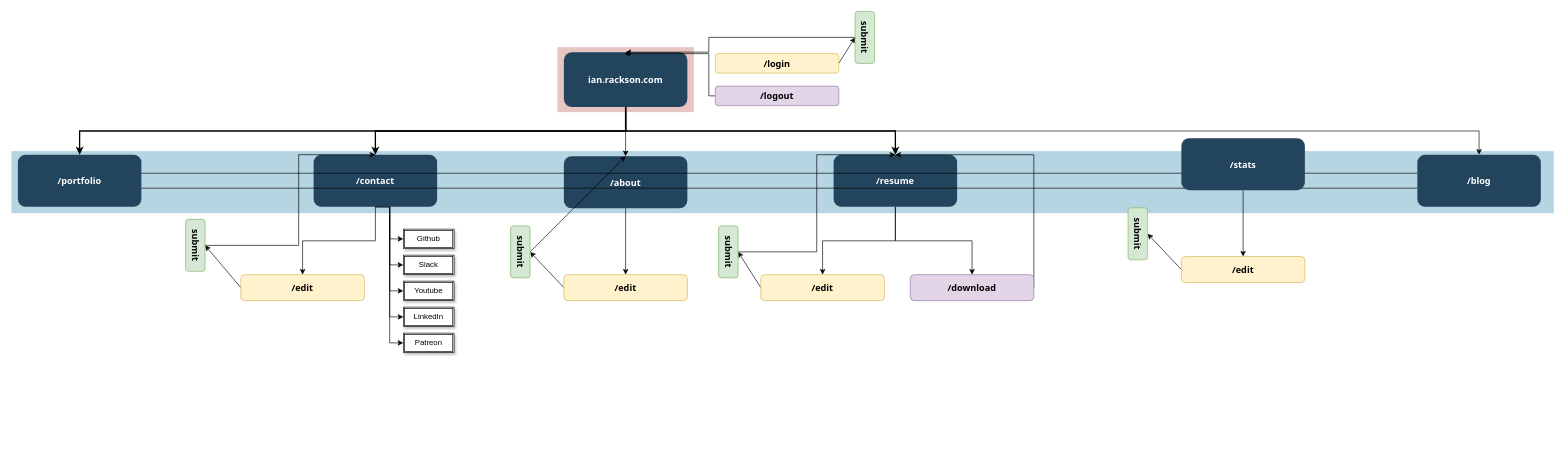
Before: agile/Sitemap-v1.drawio in irackson/PersonalBackend, a draw.io diagram. Source tidied: cells renumbered, new cells numbered last; positions are measured from the earlier drawing's top-left corner, leaving out a move shared by most shapes. Both pictures are drawn from the tidied source at 65%, with x=0, y=0 at pixel (11, 27).
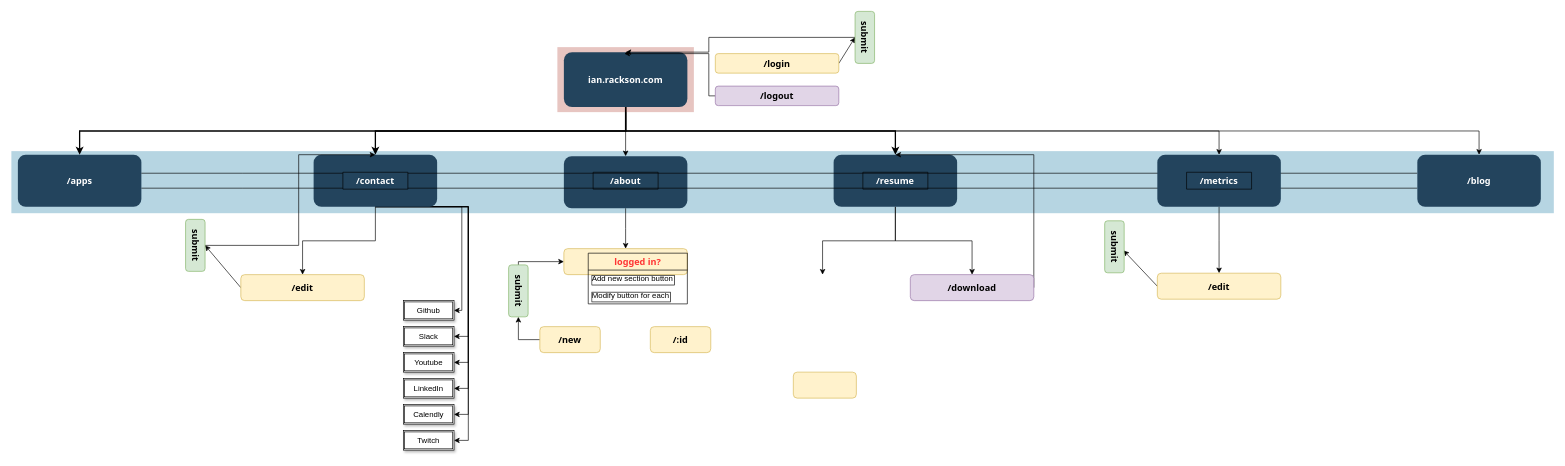
The same page after the edit.

Unchanged cells that the change refers to:
```xml
<mxCell id="21" value="/blog" style="rounded=1;fillColor=#23445D;gradientColor=none;strokeColor=none;fontColor=#FFFFFF;fontStyle=1;fontFamily=Tahoma;fontSize=14;" parent="1" vertex="1">
  <mxGeometry x="2163" y="195.5" width="190" height="80" as="geometry" />
</mxCell>
<mxCell id="24" value="ian.rackson.com" style="rounded=1;fillColor=#23445D;gradientColor=none;strokeColor=none;fontColor=#FFFFFF;fontStyle=1;fontFamily=Tahoma;fontSize=14;" parent="22" vertex="1">
  <mxGeometry x="10" y="7.7" width="190" height="84.5" as="geometry" />
</mxCell>
```

What changed in the source:
```diff
@@
-    <mxCell id="4" style="edgeStyle=elbowEdgeStyle;rounded=0;jettySize=auto;elbow=vertical;html=1;" parent="1" edge="1" source="6" target="28">
-      <mxGeometry relative="1" as="geometry" />
+    <mxCell id="4" style="edgeStyle=elbowEdgeStyle;rounded=0;jettySize=auto;elbow=vertical;html=1;" parent="1" edge="1" source="6">
+      <mxGeometry relative="1" as="geometry">
+        <mxPoint x="1248" y="380" as="targetPoint" />
+      </mxGeometry>
     </mxCell>
@@
-    <mxCell id="6" value="/resume" style="rounded=1;fillColor=#23445D;gradientColor=none;strokeColor=none;fontColor=#FFFFFF;fontStyle=1;fontFamily=Tahoma;fontSize=14;" parent="1" vertex="1">
+    <mxCell id="6" style="rounded=1;fillColor=#23445D;gradientColor=none;strokeColor=none;fontColor=#FFFFFF;fontStyle=1;fontFamily=Tahoma;fontSize=14;" parent="1" vertex="1">
       <mxGeometry x="1265" y="195.5" width="190" height="80" as="geometry" />
     </mxCell>
@@
-    <mxCell id="9" value="/about" style="rounded=1;fillColor=#23445D;gradientColor=none;strokeColor=none;fontColor=#FFFFFF;fontStyle=1;fontFamily=Tahoma;fontSize=14;" parent="1" vertex="1">
+    <mxCell id="9" style="rounded=1;fillColor=#23445D;gradientColor=none;strokeColor=none;fontColor=#FFFFFF;fontStyle=1;fontFamily=Tahoma;fontSize=14;" parent="1" vertex="1">
       <mxGeometry x="850" y="197.8" width="190" height="80" as="geometry" />
     </mxCell>
     <mxCell id="10" style="edgeStyle=elbowEdgeStyle;rounded=0;jettySize=auto;html=1;exitX=0.5;exitY=1;exitDx=0;exitDy=0;" parent="1" edge="1" source="16" target="35">
-      <mxGeometry relative="1" as="geometry" />
+      <mxGeometry relative="1" as="geometry">
+        <Array as="points">
+          <mxPoint x="693" y="435" />
+          <mxPoint x="703" y="420" />
+        </Array>
+      </mxGeometry>
     </mxCell>
-    <mxCell id="11" style="edgeStyle=elbowEdgeStyle;rounded=0;jettySize=auto;html=1;exitX=0.5;exitY=1;exitDx=0;exitDy=0;entryX=0;entryY=0.5;entryDx=0;entryDy=0;" parent="1" edge="1" source="16" target="36">
-      <mxGeometry relative="1" as="geometry" />
+    <mxCell id="11" style="edgeStyle=elbowEdgeStyle;rounded=0;jettySize=auto;html=1;exitX=0.5;exitY=1;exitDx=0;exitDy=0;entryX=1;entryY=0.5;entryDx=0;entryDy=0;" parent="1" edge="1" source="16" target="36">
+      <mxGeometry relative="1" as="geometry">
+        <Array as="points">
+          <mxPoint x="703" y="470" />
+        </Array>
+      </mxGeometry>
     </mxCell>
-    <mxCell id="12" style="edgeStyle=elbowEdgeStyle;rounded=0;jettySize=auto;html=1;exitX=0.5;exitY=1;exitDx=0;exitDy=0;entryX=0;entryY=0.5;entryDx=0;entryDy=0;" parent="1" edge="1" source="16" target="37">
-      <mxGeometry relative="1" as="geometry" />
+    <mxCell id="12" style="edgeStyle=elbowEdgeStyle;rounded=0;jettySize=auto;html=1;exitX=0.5;exitY=1;exitDx=0;exitDy=0;entryX=1;entryY=0.5;entryDx=0;entryDy=0;" parent="1" edge="1" source="16" target="37">
+      <mxGeometry relative="1" as="geometry">
+        <Array as="points">
+          <mxPoint x="703" y="490" />
+        </Array>
+      </mxGeometry>
     </mxCell>
-    <mxCell id="13" style="edgeStyle=elbowEdgeStyle;rounded=0;jettySize=auto;html=1;exitX=0.5;exitY=1;exitDx=0;exitDy=0;entryX=0;entryY=0.5;entryDx=0;entryDy=0;" parent="1" edge="1" source="16" target="38">
-      <mxGeometry relative="1" as="geometry" />
+    <mxCell id="13" style="edgeStyle=elbowEdgeStyle;rounded=0;jettySize=auto;html=1;exitX=0.5;exitY=1;exitDx=0;exitDy=0;entryX=1;entryY=0.5;entryDx=0;entryDy=0;" parent="1" edge="1" source="16" target="38">
+      <mxGeometry relative="1" as="geometry">
+        <Array as="points">
+          <mxPoint x="703" y="410" />
+        </Array>
+      </mxGeometry>
     </mxCell>
@@
-    <mxCell id="15" style="edgeStyle=elbowEdgeStyle;rounded=0;jettySize=auto;html=1;exitX=0.5;exitY=1;exitDx=0;exitDy=0;entryX=0;entryY=0.5;entryDx=0;entryDy=0;" parent="1" edge="1" source="16" target="34">
-      <mxGeometry relative="1" as="geometry" />
+    <mxCell id="15" style="edgeStyle=elbowEdgeStyle;rounded=0;jettySize=auto;html=1;exitX=0.5;exitY=1;exitDx=0;exitDy=0;entryX=1;entryY=0.5;entryDx=0;entryDy=0;" parent="1" edge="1" source="16" target="34">
+      <mxGeometry relative="1" as="geometry">
+        <Array as="points">
+          <mxPoint x="703" y="420" />
+        </Array>
+      </mxGeometry>
     </mxCell>
+    <mxCell id="57" style="edgeStyle=elbowEdgeStyle;rounded=0;jettySize=auto;elbow=vertical;html=1;exitX=0.5;exitY=1;exitDx=0;exitDy=0;fontFamily=Tahoma;fontSize=11;fontColor=#FFFFFF;entryX=1;entryY=0.5;entryDx=0;entryDy=0;" parent="1" edge="1" source="16" target="64">
+      <mxGeometry relative="1" as="geometry">
+        <Array as="points">
+          <mxPoint x="703" y="390" />
+        </Array>
+      </mxGeometry>
+    </mxCell>
-    <mxCell id="16" value="/contact" style="rounded=1;fillColor=#23445D;gradientColor=none;strokeColor=none;fontColor=#FFFFFF;fontStyle=1;fontFamily=Tahoma;fontSize=14;" parent="1" vertex="1">
+    <mxCell id="16" style="rounded=1;fillColor=#23445D;gradientColor=none;strokeColor=none;fontColor=#FFFFFF;fontStyle=1;fontFamily=Tahoma;fontSize=14;" parent="1" vertex="1">
       <mxGeometry x="465" y="195.5" width="190" height="80" as="geometry" />
     </mxCell>
-    <mxCell id="17" style="edgeStyle=elbowEdgeStyle;shape=link;rounded=0;jettySize=auto;html=1;exitX=1;exitY=0.5;exitDx=0;exitDy=0;entryX=0;entryY=0.5;entryDx=0;entryDy=0;width=23;" parent="1" edge="1" source="18" target="21">
+    <mxCell id="17" style="edgeStyle=elbowEdgeStyle;shape=link;rounded=0;jettySize=auto;html=1;exitX=1;exitY=0.5;exitDx=0;exitDy=0;entryX=0;entryY=0.5;entryDx=0;entryDy=0;width=23;" parent="1" edge="1" source="61" target="21">
       <mxGeometry relative="1" as="geometry" />
     </mxCell>
-    <mxCell id="18" value="/portfolio" style="rounded=1;fillColor=#23445D;gradientColor=none;strokeColor=none;fontColor=#FFFFFF;fontStyle=1;fontFamily=Tahoma;fontSize=14;" parent="1" vertex="1">
+    <mxCell id="18" value="/apps" style="rounded=1;fillColor=#23445D;gradientColor=none;strokeColor=none;fontColor=#FFFFFF;fontStyle=1;fontFamily=Tahoma;fontSize=14;" parent="1" vertex="1">
       <mxGeometry x="10" y="195.5" width="190" height="80" as="geometry" />
     </mxCell>
@@
-    <mxCell id="27" style="edgeStyle=none;rounded=0;jettySize=auto;html=1;entryX=0.5;entryY=0;entryDx=0;entryDy=0;exitX=0;exitY=0.5;exitDx=0;exitDy=0;" parent="1" edge="1" source="28" target="47">
-      <mxGeometry relative="1" as="geometry" />
-    </mxCell>
-    <mxCell id="28" value="/edit" style="rounded=1;fillColor=#fff2cc;strokeColor=#d6b656;fontStyle=1;fontFamily=Tahoma;fontSize=14;" parent="1" vertex="1">
-      <mxGeometry x="1153" y="380" width="190" height="40" as="geometry" />
-    </mxCell>
-    <mxCell id="29" style="edgeStyle=none;rounded=0;jettySize=auto;html=1;exitX=0;exitY=0.5;exitDx=0;exitDy=0;entryX=0.5;entryY=0;entryDx=0;entryDy=0;" parent="1" edge="1" source="30" target="45">
-      <mxGeometry relative="1" as="geometry" />
-    </mxCell>
-    <mxCell id="30" value="/edit" style="rounded=1;fillColor=#fff2cc;strokeColor=#d6b656;fontStyle=1;fontFamily=Tahoma;fontSize=14;" parent="1" vertex="1">
-      <mxGeometry x="850" y="380" width="190" height="40" as="geometry" />
-    </mxCell>
@@
-    <mxCell id="33" style="group;" parent="1" vertex="1">
-      <mxGeometry x="603" y="310" width="78" height="190" as="geometry" />
-    </mxCell>
-    <mxCell id="34" value="Patreon" style="shape=ext;double=1;rounded=0;whiteSpace=wrap;html=1;shadow=1;" parent="33" vertex="1">
-      <mxGeometry y="160" width="78" height="30" as="geometry" />
-    </mxCell>
-    <mxCell id="35" value="Github" style="shape=ext;double=1;rounded=0;whiteSpace=wrap;html=1;shadow=1;" parent="33" vertex="1">
-      <mxGeometry width="78" height="30" as="geometry" />
-    </mxCell>
-    <mxCell id="36" value="Slack" style="shape=ext;double=1;rounded=0;whiteSpace=wrap;html=1;shadow=1;" parent="33" vertex="1">
-      <mxGeometry y="40" width="78" height="30" as="geometry" />
-    </mxCell>
-    <mxCell id="37" value="Youtube" style="shape=ext;double=1;rounded=0;whiteSpace=wrap;html=1;shadow=1;" parent="33" vertex="1">
-      <mxGeometry y="80" width="78" height="30" as="geometry" />
-    </mxCell>
-    <mxCell id="38" value="LinkedIn" style="shape=ext;double=1;rounded=0;whiteSpace=wrap;html=1;shadow=1;" parent="33" vertex="1">
-      <mxGeometry y="120" width="78" height="30" as="geometry" />
-    </mxCell>
@@
-    <mxCell id="44" style="rounded=0;jettySize=auto;html=1;entryX=0.5;entryY=0;entryDx=0;entryDy=0;exitX=0.5;exitY=0;exitDx=0;exitDy=0;" parent="1" edge="1" source="45" target="9">
-      <mxGeometry relative="1" as="geometry" />
-    </mxCell>
-    <mxCell id="45" value="submit" style="rounded=1;fillColor=#d5e8d4;strokeColor=#82b366;fontStyle=1;fontFamily=Tahoma;fontSize=14;rotation=90;" parent="1" vertex="1">
-      <mxGeometry x="743" y="330" width="80" height="30" as="geometry" />
-    </mxCell>
-    <mxCell id="46" style="edgeStyle=elbowEdgeStyle;rounded=0;jettySize=auto;html=1;exitX=0.5;exitY=0;exitDx=0;exitDy=0;entryX=0.5;entryY=0;entryDx=0;entryDy=0;" parent="1" edge="1" source="47" target="6">
-      <mxGeometry relative="1" as="geometry" />
-    </mxCell>
-    <mxCell id="47" value="submit" style="rounded=1;fillColor=#d5e8d4;strokeColor=#82b366;fontStyle=1;fontFamily=Tahoma;fontSize=14;rotation=90;" parent="1" vertex="1">
-      <mxGeometry x="1063" y="330" width="80" height="30" as="geometry" />
-    </mxCell>
@@
-    <mxCell id="53" value="/stats" style="rounded=1;fillColor=#23445D;gradientColor=none;strokeColor=none;fontColor=#FFFFFF;fontStyle=1;fontFamily=Tahoma;fontSize=14;" parent="1" vertex="1">
-      <mxGeometry x="1800" y="170" width="190" height="80" as="geometry" />
+    <mxCell id="53" style="rounded=1;fillColor=#23445D;gradientColor=none;strokeColor=none;fontColor=#FFFFFF;fontStyle=1;fontFamily=Tahoma;fontSize=14;" parent="1" vertex="1">
+      <mxGeometry x="1763" y="195.5" width="190" height="80" as="geometry" />
     </mxCell>
-    <mxCell id="54" style="edgeStyle=none;rounded=0;jettySize=auto;html=1;exitX=0;exitY=0.5;exitDx=0;exitDy=0;entryX=0.5;entryY=0;entryDx=0;entryDy=0;" parent="1" edge="1" source="55" target="56">
-      <mxGeometry relative="1" as="geometry" />
+    <mxCell id="54" style="edgeStyle=none;rounded=0;jettySize=auto;html=1;exitX=0;exitY=0.5;exitDx=0;exitDy=0;entryX=0.5;entryY=0;entryDx=0;entryDy=0;" parent="1" edge="1" source="55">
+      <mxGeometry relative="1" as="geometry">
+        <mxPoint x="1711" y="342.8" as="targetPoint" />
+      </mxGeometry>
     </mxCell>
     <mxCell id="55" value="/edit" style="rounded=1;fillColor=#fff2cc;strokeColor=#d6b656;fontStyle=1;fontFamily=Tahoma;fontSize=14;" parent="1" vertex="1">
-      <mxGeometry x="1800" y="352.2" width="190" height="40" as="geometry" />
+      <mxGeometry x="1763" y="377.8" width="190" height="40" as="geometry" />
     </mxCell>
     <mxCell id="56" value="submit" style="rounded=1;fillColor=#d5e8d4;strokeColor=#82b366;fontStyle=1;fontFamily=Tahoma;fontSize=14;rotation=90;" parent="1" vertex="1">
-      <mxGeometry x="1693" y="302.2" width="80" height="30" as="geometry" />
+      <mxGeometry x="1657" y="322.2" width="80" height="30" as="geometry" />
     </mxCell>
+    <mxCell id="58" style="edgeStyle=elbowEdgeStyle;rounded=0;jettySize=auto;elbow=vertical;html=1;" parent="1" edge="1" source="24" target="53">
+      <mxGeometry relative="1" as="geometry" />
+    </mxCell>
+    <mxCell id="59" value="/resume" style="swimlane;fontStyle=1;horizontal=1;startSize=26;fillColor=none;shadow=0;labelBackgroundColor=none;align=center;fontColor=#FFFFFF;fontFamily=Tahoma;fontSize=14;labelBorderColor=none;" parent="1" vertex="1" collapsed="1">
+      <mxGeometry x="1310" y="222.5" width="100" height="26" as="geometry" />
+    </mxCell>
+    <mxCell id="60" value="/metrics" style="swimlane;fontStyle=1;horizontal=1;startSize=26;fillColor=none;shadow=0;labelBackgroundColor=none;align=center;fontColor=#FFFFFF;fontFamily=Tahoma;fontSize=14;labelBorderColor=none;" parent="1" vertex="1" collapsed="1">
+      <mxGeometry x="1808" y="222.5" width="100" height="26" as="geometry" />
+    </mxCell>
+    <mxCell id="61" value="/contact" style="swimlane;fontStyle=1;horizontal=1;startSize=26;fillColor=none;shadow=0;labelBackgroundColor=none;align=center;fontColor=#FFFFFF;fontFamily=Tahoma;fontSize=14;labelBorderColor=none;" parent="1" vertex="1" collapsed="1">
+      <mxGeometry x="510" y="222.5" width="100" height="26" as="geometry" />
+    </mxCell>
+    <mxCell id="62" style="edgeStyle=elbowEdgeStyle;shape=link;rounded=0;jettySize=auto;html=1;exitX=1;exitY=0.5;exitDx=0;exitDy=0;entryX=0;entryY=0.5;entryDx=0;entryDy=0;width=23;" parent="1" edge="1" source="18" target="61">
+      <mxGeometry relative="1" as="geometry" />
+    </mxCell>
+    <mxCell id="63" style="group;" parent="1" vertex="1">
+      <mxGeometry x="603" y="420" width="78" height="230" as="geometry" />
+    </mxCell>
+    <mxCell id="33" style="group;" parent="63" vertex="1">
+      <mxGeometry width="78" height="190" as="geometry" />
+    </mxCell>
+    <mxCell id="34" value="Calendly" style="shape=ext;double=1;rounded=0;whiteSpace=wrap;html=1;shadow=1;" parent="33" vertex="1">
+      <mxGeometry y="160" width="78" height="30" as="geometry" />
+    </mxCell>
+    <mxCell id="35" value="Github" style="shape=ext;double=1;rounded=0;whiteSpace=wrap;html=1;shadow=1;" parent="33" vertex="1">
+      <mxGeometry width="78" height="30" as="geometry" />
+    </mxCell>
+    <mxCell id="36" value="Slack" style="shape=ext;double=1;rounded=0;whiteSpace=wrap;html=1;shadow=1;" parent="33" vertex="1">
+      <mxGeometry y="40" width="78" height="30" as="geometry" />
+    </mxCell>
+    <mxCell id="37" value="Youtube" style="shape=ext;double=1;rounded=0;whiteSpace=wrap;html=1;shadow=1;" parent="33" vertex="1">
+      <mxGeometry y="80" width="78" height="30" as="geometry" />
+    </mxCell>
+    <mxCell id="38" value="LinkedIn" style="shape=ext;double=1;rounded=0;whiteSpace=wrap;html=1;shadow=1;" parent="33" vertex="1">
+      <mxGeometry y="120" width="78" height="30" as="geometry" />
+    </mxCell>
+    <mxCell id="64" value="Twitch" style="shape=ext;double=1;rounded=0;whiteSpace=wrap;html=1;shadow=1;" parent="63" vertex="1">
+      <mxGeometry y="200" width="78" height="30" as="geometry" />
+    </mxCell>
+    <mxCell id="65" value="/about" style="swimlane;fontStyle=1;horizontal=1;startSize=26;fillColor=none;shadow=0;labelBackgroundColor=none;align=center;fontColor=#FFFFFF;fontFamily=Tahoma;fontSize=14;labelBorderColor=none;" parent="1" vertex="1" collapsed="1">
+      <mxGeometry x="895" y="222.5" width="100" height="26" as="geometry" />
+    </mxCell>
+    <mxCell id="66" style="edgeStyle=orthogonalEdgeStyle;rounded=0;jettySize=auto;html=1;fontFamily=Tahoma;fontSize=11;fontColor=#FF3333;" parent="1" edge="1" source="67" target="74">
+      <mxGeometry relative="1" as="geometry" />
+    </mxCell>
+    <mxCell id="67" value="/new" style="rounded=1;fillColor=#fff2cc;strokeColor=#d6b656;fontStyle=1;fontFamily=Tahoma;fontSize=14;" parent="1" vertex="1">
+      <mxGeometry x="813" y="460" width="93" height="40" as="geometry" />
+    </mxCell>
+    <mxCell id="68" style="rounded=1;fillColor=#fff2cc;strokeColor=#d6b656;fontStyle=1;fontFamily=Tahoma;fontSize=14;" parent="1" vertex="1">
+      <mxGeometry x="1203" y="530" width="97" height="40" as="geometry" />
+    </mxCell>
+    <mxCell id="69" style="group;" parent="1" vertex="1">
+      <mxGeometry x="850" y="340" width="190" height="107" as="geometry" />
+    </mxCell>
+    <mxCell id="30" style="rounded=1;fillColor=#fff2cc;strokeColor=#d6b656;fontStyle=1;fontFamily=Tahoma;fontSize=14;" parent="69" vertex="1">
+      <mxGeometry width="190" height="40" as="geometry" />
+    </mxCell>
+    <mxCell id="70" value="logged in?" style="swimlane;fontStyle=1;horizontal=1;startSize=26;fillColor=none;shadow=0;labelBackgroundColor=none;align=center;fontFamily=Tahoma;fontSize=14;labelBorderColor=none;fontColor=#FF3333;" parent="69" vertex="1">
+      <mxGeometry x="37.5" y="7" width="152.5" height="78" as="geometry" />
+    </mxCell>
+    <mxCell id="71" value="Add new section button" style="text;strokeColor=none;fillColor=none;align=left;verticalAlign=top;spacingLeft=4;spacingRight=4;overflow=hidden;labelBackgroundColor=none;labelBorderColor=#000000;" parent="70" vertex="1">
+      <mxGeometry y="26" width="152.5" height="26" as="geometry" />
+    </mxCell>
+    <mxCell id="72" value="Modify button for each" style="text;strokeColor=none;fillColor=none;align=left;verticalAlign=top;spacingLeft=4;spacingRight=4;overflow=hidden;labelBackgroundColor=none;labelBorderColor=#000000;" parent="70" vertex="1">
+      <mxGeometry y="52" width="152.5" height="26" as="geometry" />
+    </mxCell>
+    <mxCell id="73" style="edgeStyle=orthogonalEdgeStyle;rounded=0;jettySize=auto;html=1;entryX=0;entryY=0.5;entryDx=0;entryDy=0;fontFamily=Tahoma;fontSize=11;fontColor=#FF3333;" parent="1" edge="1" source="74" target="30">
+      <mxGeometry relative="1" as="geometry">
+        <Array as="points">
+          <mxPoint x="780" y="360" />
+        </Array>
+      </mxGeometry>
+    </mxCell>
+    <mxCell id="74" value="submit" style="rounded=1;fillColor=#d5e8d4;strokeColor=#82b366;fontStyle=1;fontFamily=Tahoma;fontSize=14;rotation=90;" parent="1" vertex="1">
+      <mxGeometry x="740" y="390" width="80" height="30" as="geometry" />
+    </mxCell>
+    <mxCell id="75" value="/:id" style="rounded=1;fillColor=#fff2cc;strokeColor=#d6b656;fontStyle=1;fontFamily=Tahoma;fontSize=14;" parent="1" vertex="1">
+      <mxGeometry x="983" y="460" width="93" height="40" as="geometry" />
+    </mxCell>
```
